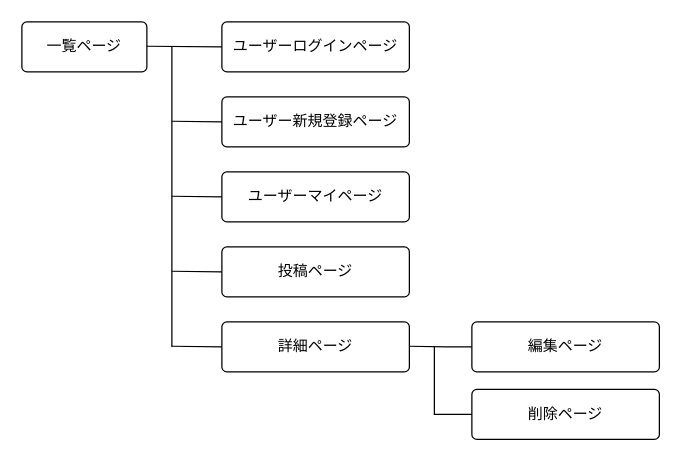
This is page "ページ1" (1 of 2) of 画面遷移図.dio from mota4624/staviews, a draw.io file, before an edit. Source tidied: cells renumbered, new cells numbered last; positions are measured from the earlier drawing's top-left corner, leaving out a move shared by most shapes. Both pictures are drawn from the tidied source at 125%, with x=0, y=0 at pixel (21, 21).
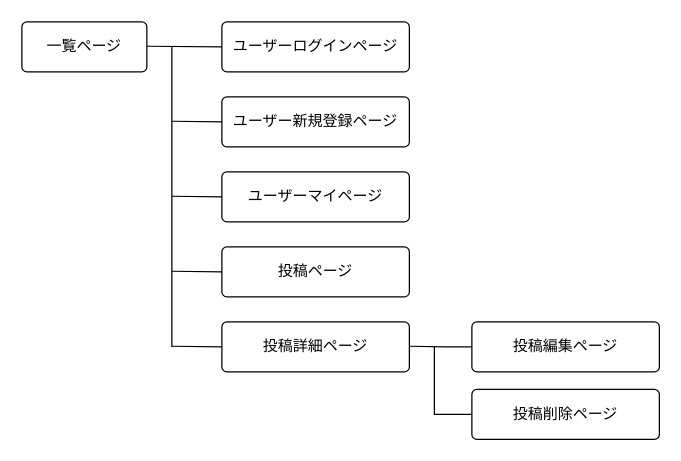
The same page after the edit.

The edit, as a diff of the source:
```diff
@@
-<mxGraphModel>
+<mxGraphModel background="#ffffff">
@@
-    <mxCell id="7" value="詳細ページ" style="rounded=1;arcSize=10;whiteSpace=wrap;html=1;align=center;" parent="1" vertex="1">
+    <mxCell id="7" value="投稿詳細ページ" style="rounded=1;arcSize=10;whiteSpace=wrap;html=1;align=center;" parent="1" vertex="1">
       <mxGeometry x="160" y="240" width="150" height="40" as="geometry" />
     </mxCell>
-    <mxCell id="8" value="編集ページ" style="rounded=1;arcSize=10;whiteSpace=wrap;html=1;align=center;" parent="1" vertex="1">
+    <mxCell id="8" value="投稿編集ページ" style="rounded=1;arcSize=10;whiteSpace=wrap;html=1;align=center;" parent="1" vertex="1">
       <mxGeometry x="360" y="240" width="150" height="40" as="geometry" />
     </mxCell>
-    <mxCell id="9" value="削除ページ" style="rounded=1;arcSize=10;whiteSpace=wrap;html=1;align=center;" parent="1" vertex="1">
+    <mxCell id="9" value="投稿削除ページ" style="rounded=1;arcSize=10;whiteSpace=wrap;html=1;align=center;" parent="1" vertex="1">
       <mxGeometry x="360" y="294" width="150" height="40" as="geometry" />
     </mxCell>
```
